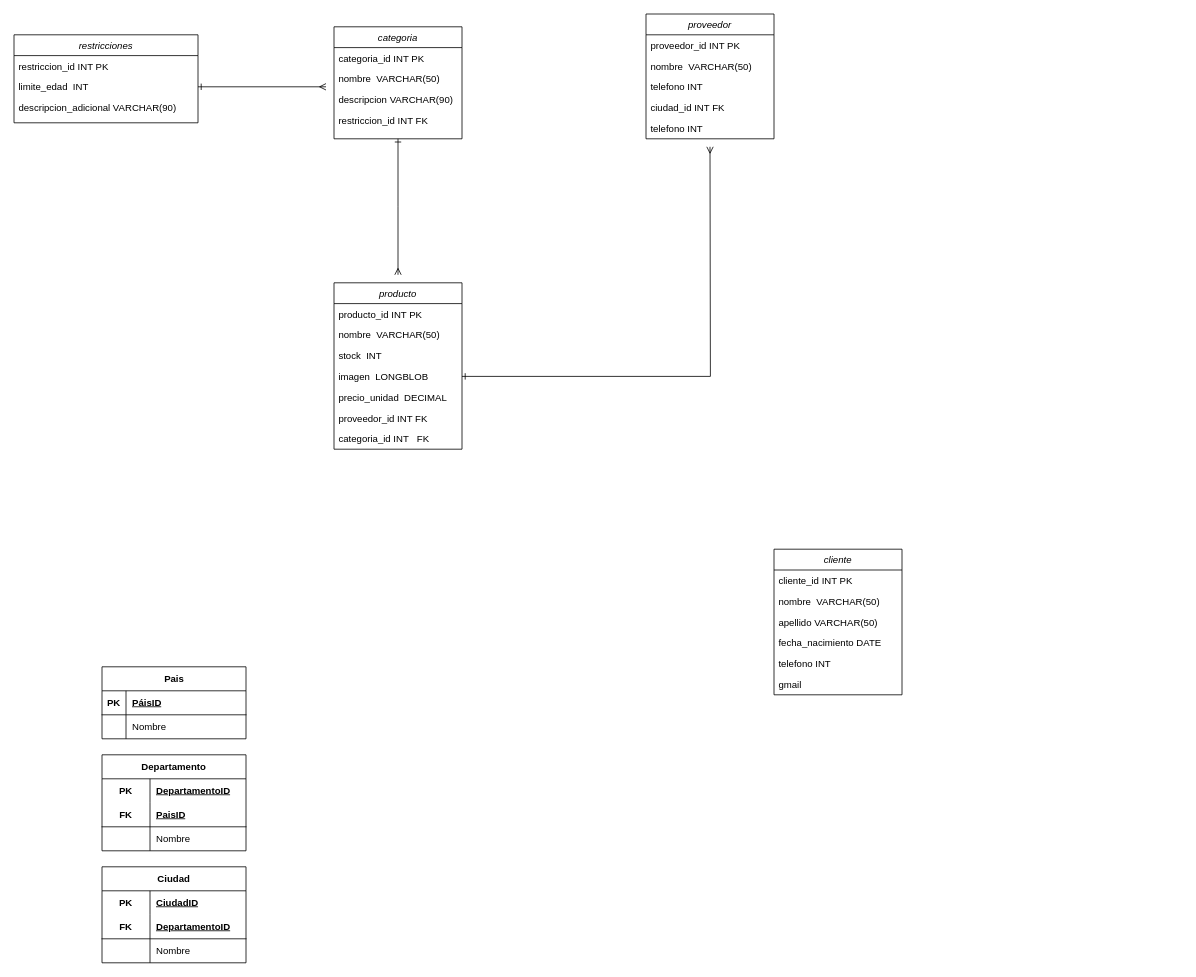
Earlier version of the draw.io diagram DiagramaRelacional(proyecto final).drawio (Angel-ISO/Diagramas). Source tidied: cells renumbered, new cells numbered last; positions are measured from the earlier drawing's top-left corner, leaving out a move shared by most shapes. Both pictures are drawn from the tidied source at 80%, with x=0, y=0 at pixel (14, 14).
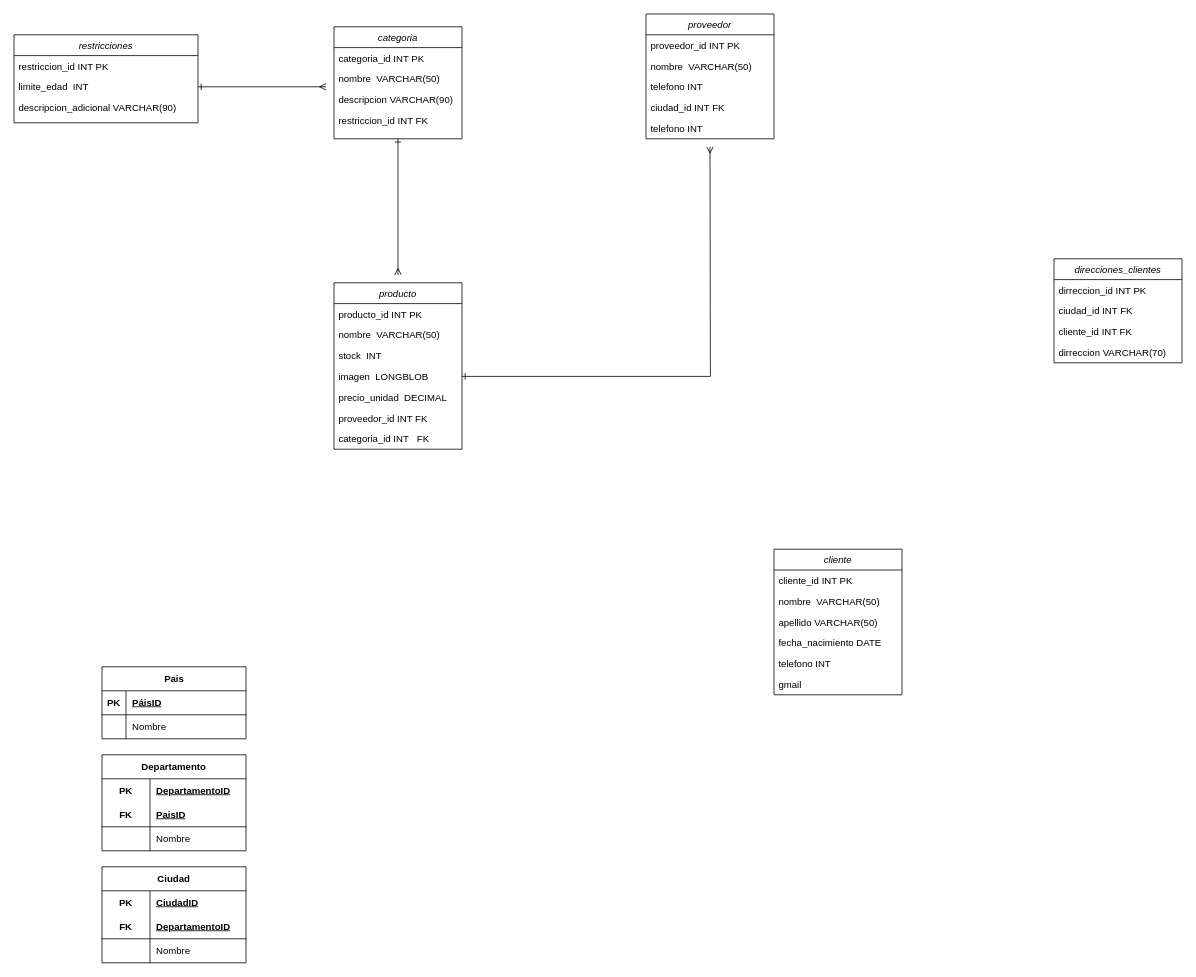
The same page after the edit.

Diff of the diagram source:
```diff
@@
+    <mxCell id="62" value="direcciones_clientes" style="swimlane;fontStyle=2;align=center;verticalAlign=top;horizontal=1;startSize=26;rounded=0;shadow=0;strokeWidth=1;" parent="1" vertex="1">
+      <mxGeometry x="1300" y="306" width="160" height="130" as="geometry" />
+    </mxCell>
+    <mxCell id="63" value="dirreccion_id INT PK" style="text;align=left;verticalAlign=top;spacingLeft=4;spacingRight=4;overflow=hidden;" parent="62" vertex="1">
+      <mxGeometry y="26" width="160" height="26" as="geometry" />
+    </mxCell>
+    <mxCell id="64" value="ciudad_id INT FK" style="text;align=left;verticalAlign=top;spacingLeft=4;spacingRight=4;overflow=hidden;" parent="62" vertex="1">
+      <mxGeometry y="52" width="160" height="26" as="geometry" />
+    </mxCell>
+    <mxCell id="65" value="cliente_id INT FK" style="text;align=left;verticalAlign=top;spacingLeft=4;spacingRight=4;overflow=hidden;" parent="62" vertex="1">
+      <mxGeometry y="78" width="160" height="26" as="geometry" />
+    </mxCell>
+    <mxCell id="66" value="dirreccion VARCHAR(70)" style="text;align=left;verticalAlign=top;spacingLeft=4;spacingRight=4;overflow=hidden;" parent="62" vertex="1">
+      <mxGeometry y="104" width="160" height="26" as="geometry" />
+    </mxCell>
```
